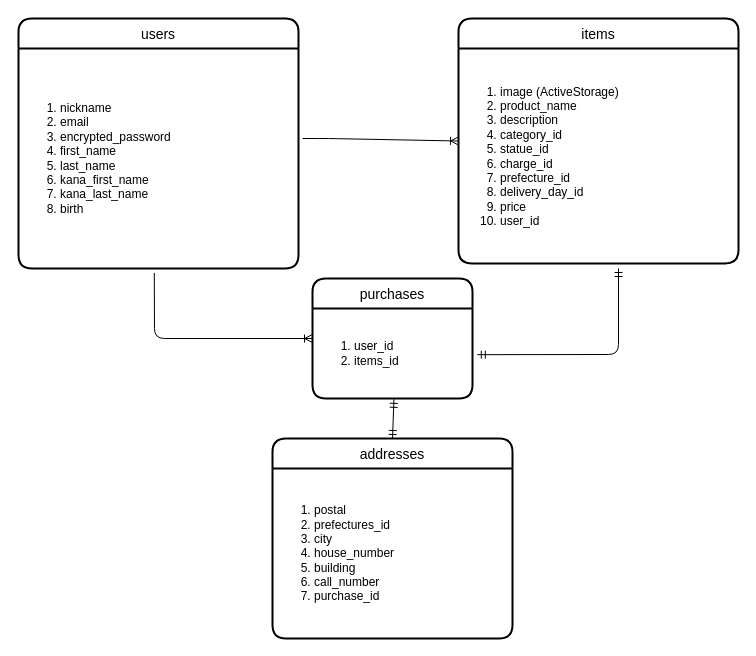
Above: .dio in kazuyama-4/furima-35401 (draw.io), before the change. Source tidied: cells renumbered, new cells numbered last; positions are measured from the earlier drawing's top-left corner, leaving out a move shared by most shapes. Both pictures are drawn from the tidied source at 100%, with x=0, y=0 at pixel (18, 18).
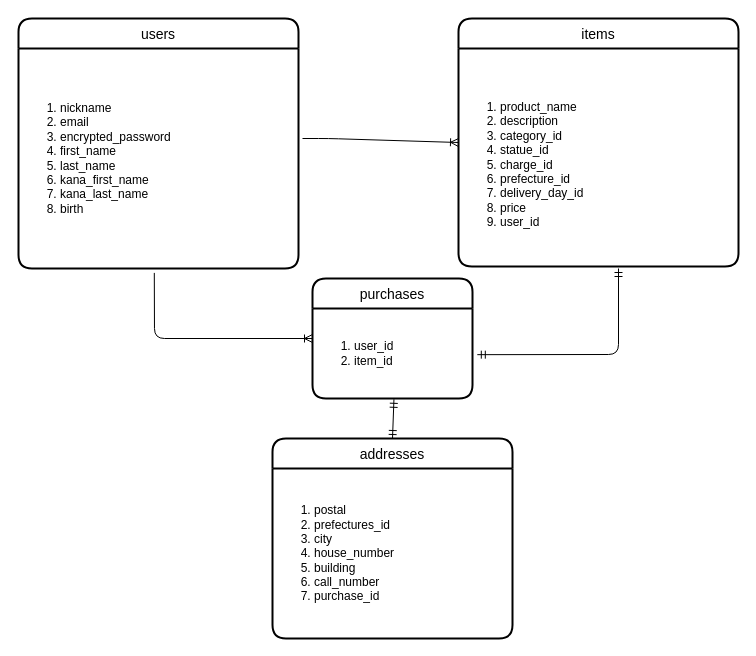
The same page after the edit.

Diff of the diagram source:
```diff
@@
 <mxGraphModel>
   <root>
     <mxCell id="0" />
     <mxCell id="1" parent="0" />
     <mxCell id="2" value="users" style="swimlane;horizontal=1;startSize=30;rounded=1;fontSize=14;fontStyle=0;strokeWidth=2;shadow=0;dashed=0;align=center;" parent="1" vertex="1">
       <mxGeometry width="280" height="250" as="geometry" />
     </mxCell>
     <mxCell id="3" value="&lt;ol&gt;&lt;li&gt;&lt;span&gt;nickname&lt;/span&gt;&lt;/li&gt;&lt;li&gt;&lt;span&gt;email&lt;/span&gt;&lt;/li&gt;&lt;li&gt;&lt;span&gt;encrypted_password&lt;/span&gt;&lt;/li&gt;&lt;li&gt;&lt;span&gt;first_name&lt;/span&gt;&lt;/li&gt;&lt;li&gt;&lt;span&gt;last_name&lt;/span&gt;&lt;/li&gt;&lt;li&gt;&lt;span&gt;kana_first_name&lt;/span&gt;&lt;/li&gt;&lt;li&gt;&lt;span&gt;kana_last_name&lt;/span&gt;&lt;/li&gt;&lt;li&gt;&lt;span&gt;birth&lt;/span&gt;&lt;/li&gt;&lt;/ol&gt;" style="text;html=1;align=left;verticalAlign=middle;points=[];" parent="2" vertex="1">
       <mxGeometry y="30" width="280" height="220" as="geometry" />
     </mxCell>
     <mxCell id="4" value="items" style="swimlane;horizontal=1;startSize=30;rounded=1;fontSize=14;fontStyle=0;strokeWidth=2;shadow=0;dashed=0;align=center;" parent="1" vertex="1">
-      <mxGeometry x="440" width="280" height="245" as="geometry" />
+      <mxGeometry x="440" width="280" height="248" as="geometry" />
     </mxCell>
-    <mxCell id="5" value="&lt;ol&gt;&lt;li&gt;image (ActiveStorage)&lt;/li&gt;&lt;li&gt;product_name&lt;/li&gt;&lt;li&gt;description&lt;/li&gt;&lt;li&gt;category_id&lt;/li&gt;&lt;li&gt;statue_id&lt;/li&gt;&lt;li&gt;charge_id&lt;/li&gt;&lt;li&gt;prefecture_id&lt;/li&gt;&lt;li&gt;delivery_day_id&lt;/li&gt;&lt;li&gt;price&lt;/li&gt;&lt;li&gt;user_id&lt;/li&gt;&lt;/ol&gt;" style="text;html=1;align=left;verticalAlign=middle;" parent="4" vertex="1">
-      <mxGeometry y="30" width="280" height="215" as="geometry" />
+    <mxCell id="5" value="&lt;div&gt;&lt;br&gt;&lt;/div&gt;&lt;ol&gt;&lt;li&gt;product_name&lt;/li&gt;&lt;li&gt;description&lt;/li&gt;&lt;li&gt;category_id&lt;/li&gt;&lt;li&gt;statue_id&lt;/li&gt;&lt;li&gt;charge_id&lt;/li&gt;&lt;li&gt;prefecture_id&lt;/li&gt;&lt;li&gt;delivery_day_id&lt;/li&gt;&lt;li&gt;price&lt;/li&gt;&lt;li&gt;user_id&lt;/li&gt;&lt;/ol&gt;" style="text;html=1;align=left;verticalAlign=middle;" parent="4" vertex="1">
+      <mxGeometry y="30" width="280" height="218" as="geometry" />
     </mxCell>
     <mxCell id="6" value="purchases" style="swimlane;horizontal=1;startSize=30;rounded=1;fontSize=14;fontStyle=0;strokeWidth=2;shadow=0;dashed=0;align=center;" parent="1" vertex="1">
       <mxGeometry x="294" y="260" width="160" height="120" as="geometry" />
     </mxCell>
-    <mxCell id="7" value="&lt;ol&gt;&lt;li&gt;user_id&lt;/li&gt;&lt;li&gt;items_id&lt;/li&gt;&lt;/ol&gt;" style="text;html=1;align=left;verticalAlign=middle;points=[];" parent="6" vertex="1">
+    <mxCell id="7" value="&lt;ol&gt;&lt;li&gt;user_id&lt;/li&gt;&lt;li&gt;item_id&lt;/li&gt;&lt;/ol&gt;" style="text;html=1;align=left;verticalAlign=middle;points=[];" parent="6" vertex="1">
       <mxGeometry y="30" width="160" height="90" as="geometry" />
     </mxCell>
     <mxCell id="8" value="addresses" style="swimlane;horizontal=1;startSize=30;rounded=1;fontSize=14;fontStyle=0;strokeWidth=2;shadow=0;dashed=0;align=center;" parent="1" vertex="1">
       <mxGeometry x="254" y="420" width="240" height="200" as="geometry" />
     </mxCell>
     <mxCell id="9" value="&lt;ol&gt;&lt;li&gt;postal&lt;/li&gt;&lt;li&gt;prefectures_id&lt;/li&gt;&lt;li&gt;city&lt;/li&gt;&lt;li&gt;house_number&lt;/li&gt;&lt;li&gt;building&lt;/li&gt;&lt;li&gt;call_number&lt;/li&gt;&lt;li&gt;purchase_id&lt;/li&gt;&lt;/ol&gt;" style="text;html=1;align=left;verticalAlign=middle;" parent="8" vertex="1">
       <mxGeometry y="30" width="240" height="170" as="geometry" />
     </mxCell>
     <mxCell id="10" style="fontSize=12;html=1;endArrow=ERoneToMany;entryX=0;entryY=0.5;entryDx=0;entryDy=0;" parent="1" edge="1" target="4">
       <mxGeometry relative="1" as="geometry">
         <mxPoint x="284" y="120" as="sourcePoint" />
         <Array as="points">
           <mxPoint x="310" y="120" />
         </Array>
       </mxGeometry>
     </mxCell>
     <mxCell id="11" style="fontSize=12;html=1;endArrow=ERoneToMany;entryX=0;entryY=0.5;entryDx=0;entryDy=0;exitX=0.485;exitY=1.02;exitDx=0;exitDy=0;exitPerimeter=0;" parent="1" edge="1" source="3" target="6">
       <mxGeometry relative="1" as="geometry">
         <Array as="points">
           <mxPoint x="136" y="320" />
         </Array>
       </mxGeometry>
     </mxCell>
     <mxCell id="12" style="fontSize=12;html=1;endArrow=ERmandOne;startArrow=ERmandOne;exitX=1.03;exitY=0.513;exitDx=0;exitDy=0;exitPerimeter=0;" parent="1" edge="1" source="7">
       <mxGeometry relative="1" as="geometry">
         <mxPoint x="600" y="250" as="targetPoint" />
         <Array as="points">
           <mxPoint x="600" y="336" />
         </Array>
       </mxGeometry>
     </mxCell>
     <mxCell id="13" style="fontSize=12;html=1;endArrow=ERmandOne;startArrow=ERmandOne;entryX=0.509;entryY=1.009;entryDx=0;entryDy=0;entryPerimeter=0;exitX=0.5;exitY=0;exitDx=0;exitDy=0;" parent="1" edge="1" source="8" target="7">
       <mxGeometry relative="1" as="geometry" />
     </mxCell>
   </root>
 </mxGraphModel>
```
